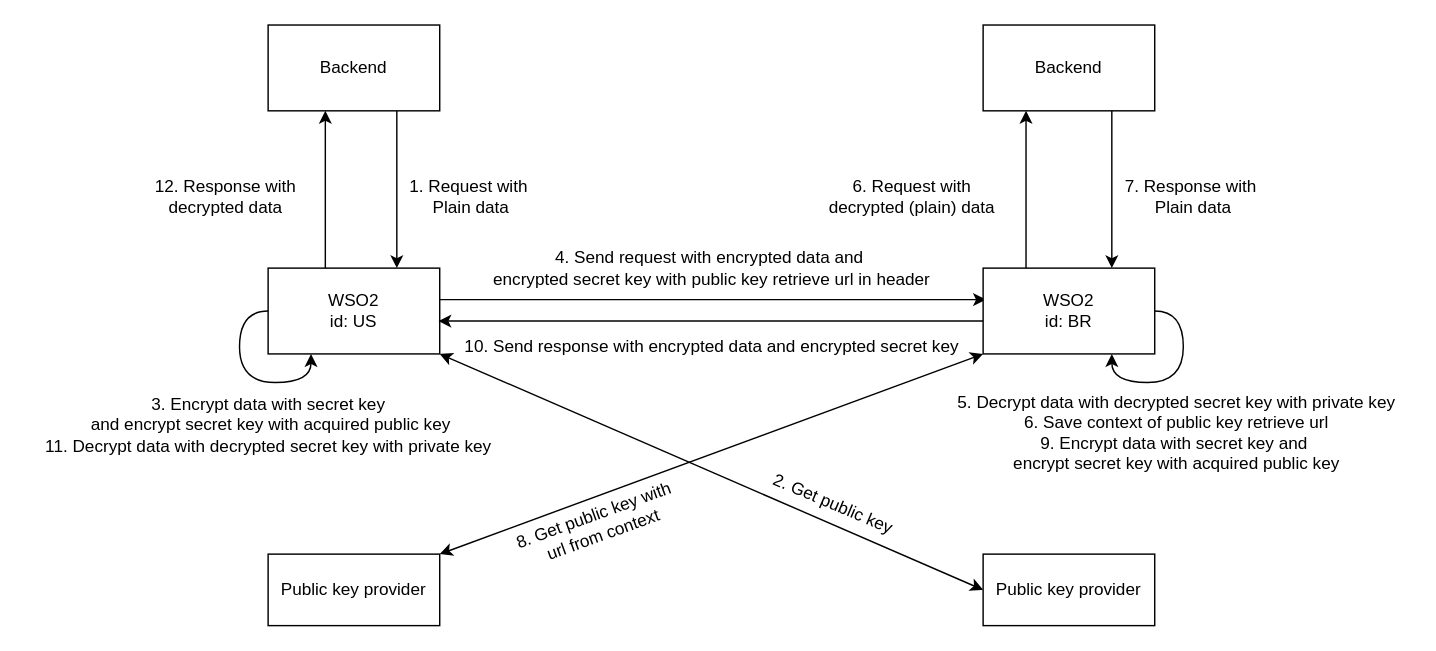
The draw.io diagram page "RSA" (4 of 5) of test.drawio in tenmo2003/OOAD, before the edit. Source tidied: cells renumbered, new cells numbered last; positions are measured from the earlier drawing's top-left corner, leaving out a move shared by most shapes. Both pictures are drawn from the tidied source at 143%, with x=0, y=0 at pixel (24, 24).
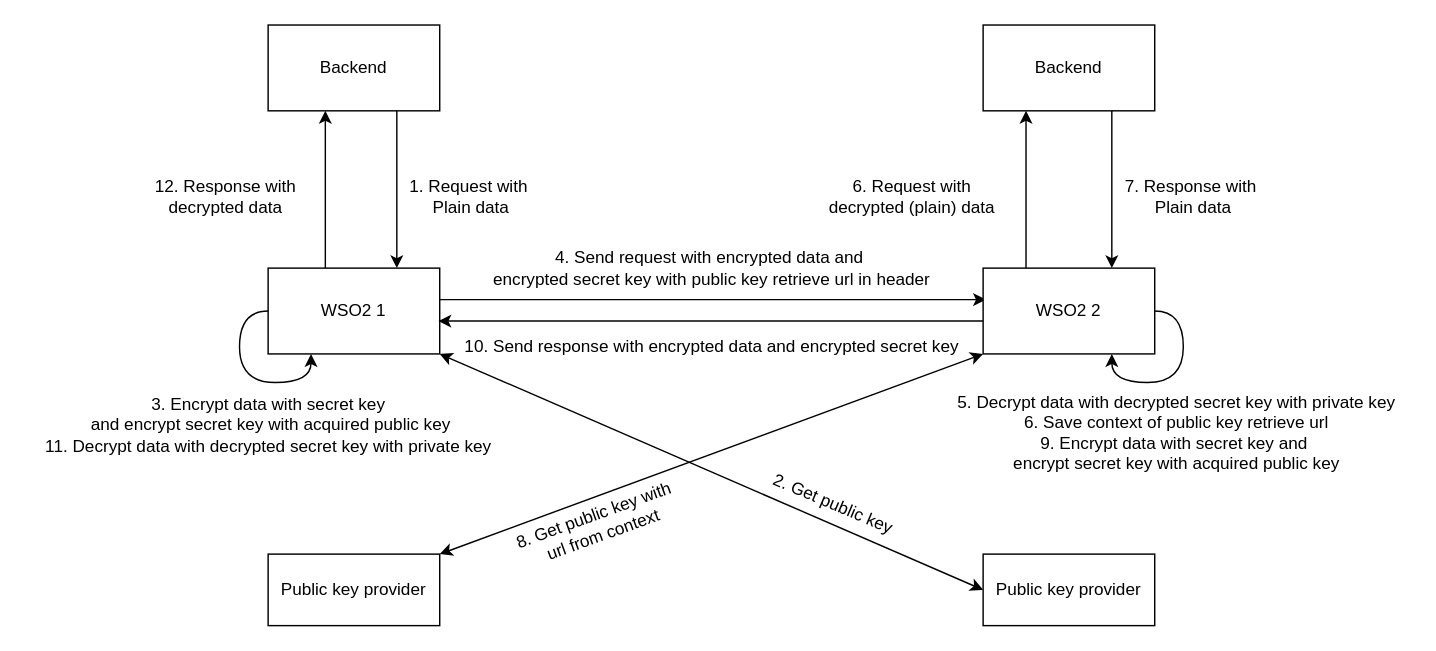
After the change.

The edit, as a diff of the source:
```diff
@@
-    <mxCell id="8" value="&lt;span id=&quot;selected_text&quot;&gt;&lt;/span&gt;&lt;span id=&quot;selected_text&quot;&gt;&lt;/span&gt;WSO2&lt;div&gt;id: US&lt;/div&gt;" style="whiteSpace=wrap;html=1;" parent="1" vertex="1">
+    <mxCell id="8" value="&lt;span id=&quot;selected_text&quot;&gt;&lt;/span&gt;&lt;span id=&quot;selected_text&quot;&gt;&lt;/span&gt;WSO2&amp;nbsp;&lt;span style=&quot;background-color: initial;&quot;&gt;1&lt;/span&gt;" style="whiteSpace=wrap;html=1;" parent="1" vertex="1">
       <mxGeometry x="170" y="170" width="120" height="60" as="geometry" />
     </mxCell>
@@
-    <mxCell id="12" value="&lt;span id=&quot;selected_text&quot;&gt;&lt;/span&gt;&lt;span id=&quot;selected_text&quot;&gt;&lt;/span&gt;&lt;span id=&quot;selected_text&quot;&gt;&lt;/span&gt;&lt;span id=&quot;selected_text&quot;&gt;&lt;/span&gt;&lt;span id=&quot;selected_text&quot;&gt;&lt;/span&gt;&lt;span id=&quot;selected_text&quot;&gt;&lt;/span&gt;WSO2&lt;div&gt;id: BR&lt;/div&gt;" style="whiteSpace=wrap;html=1;" parent="1" vertex="1">
+    <mxCell id="12" value="&lt;span id=&quot;selected_text&quot;&gt;&lt;/span&gt;&lt;span id=&quot;selected_text&quot;&gt;&lt;/span&gt;&lt;span id=&quot;selected_text&quot;&gt;&lt;/span&gt;&lt;span id=&quot;selected_text&quot;&gt;&lt;/span&gt;&lt;span id=&quot;selected_text&quot;&gt;&lt;/span&gt;&lt;span id=&quot;selected_text&quot;&gt;&lt;/span&gt;WSO2 2" style="whiteSpace=wrap;html=1;" parent="1" vertex="1">
       <mxGeometry x="670" y="170" width="120" height="60" as="geometry" />
     </mxCell>
```
